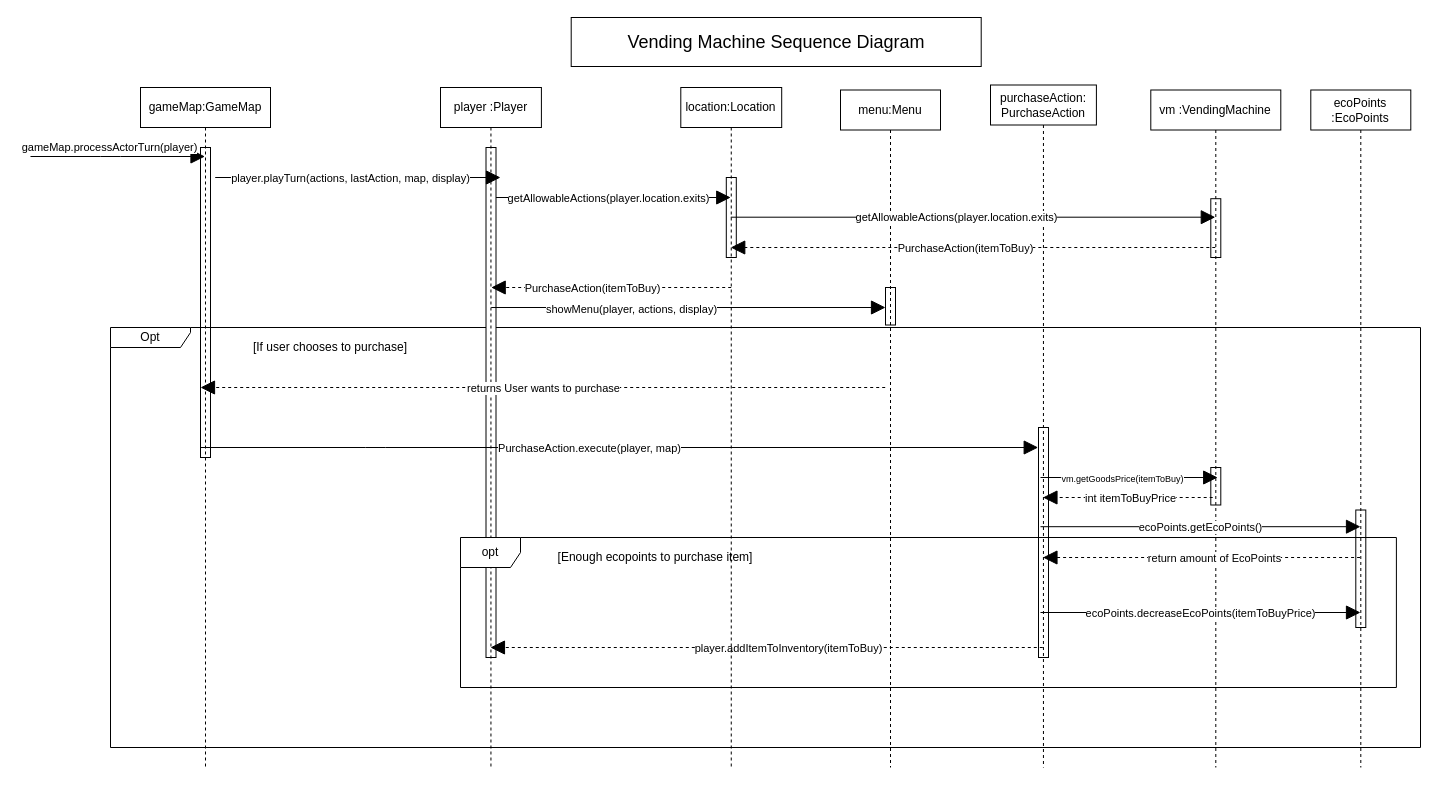
Dax246/FIT2099 keeps this draw.io diagram as Assignment 3 diagrams/Sequence/VendingMachine Sequence Diagram.drawio. Above is the earlier version. Source tidied: cells renumbered, new cells numbered last; positions are measured from the earlier drawing's top-left corner, leaving out a move shared by most shapes. Both pictures are drawn from the tidied source at 100%, with x=0, y=0 at pixel (30, 17).
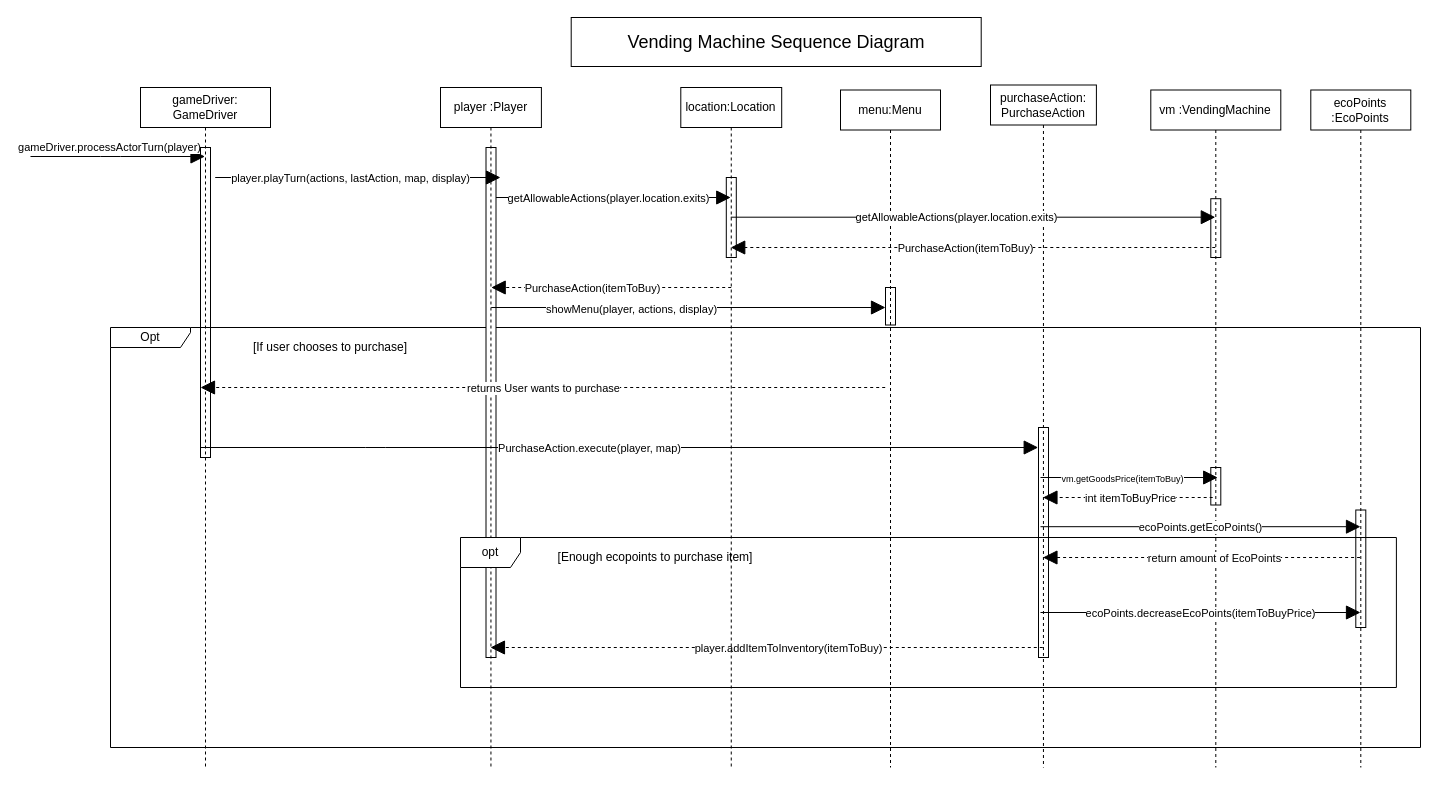
The same diagram, later.

Commit message (it also covers changes not shown here):
Adjusted sequence Diagrams to better match design

Unchanged cells that the change refers to:
```xml
<mxCell id="20" style="endArrow=block;endFill=1;endSize=12;html=1;snapToPoint=1;" parent="1" edge="1" target="19">
  <mxGeometry relative="1" as="geometry">
    <mxPoint y="139" as="sourcePoint" />
    <Array as="points">
      <mxPoint x="80" y="139" />
    </Array>
  </mxGeometry>
</mxCell>
```

Diff of the diagram source:
```diff
@@
-    <mxCell id="19" value="gameMap:GameMap" style="shape=umlLifeline;perimeter=lifelinePerimeter;whiteSpace=wrap;html=1;outlineConnect=0;" parent="1" vertex="1">
+    <mxCell id="19" value="gameDriver:&lt;br&gt;GameDriver" style="shape=umlLifeline;perimeter=lifelinePerimeter;whiteSpace=wrap;html=1;outlineConnect=0;" parent="1" vertex="1">
       <mxGeometry x="110" y="70" width="130" height="680" as="geometry" />
     </mxCell>
@@
-    <mxCell id="21" value="gameMap.processActorTurn(player)" style="edgeLabel;html=1;align=center;verticalAlign=middle;" parent="20" vertex="1">
+    <mxCell id="21" value="gameDriver.processActorTurn(player)" style="edgeLabel;html=1;align=center;verticalAlign=middle;" parent="20" vertex="1">
       <mxGeometry x="-0.09" y="-2" relative="1" as="geometry">
         <mxPoint x="-1" y="-12" as="offset" />
       </mxGeometry>
     </mxCell>
```
